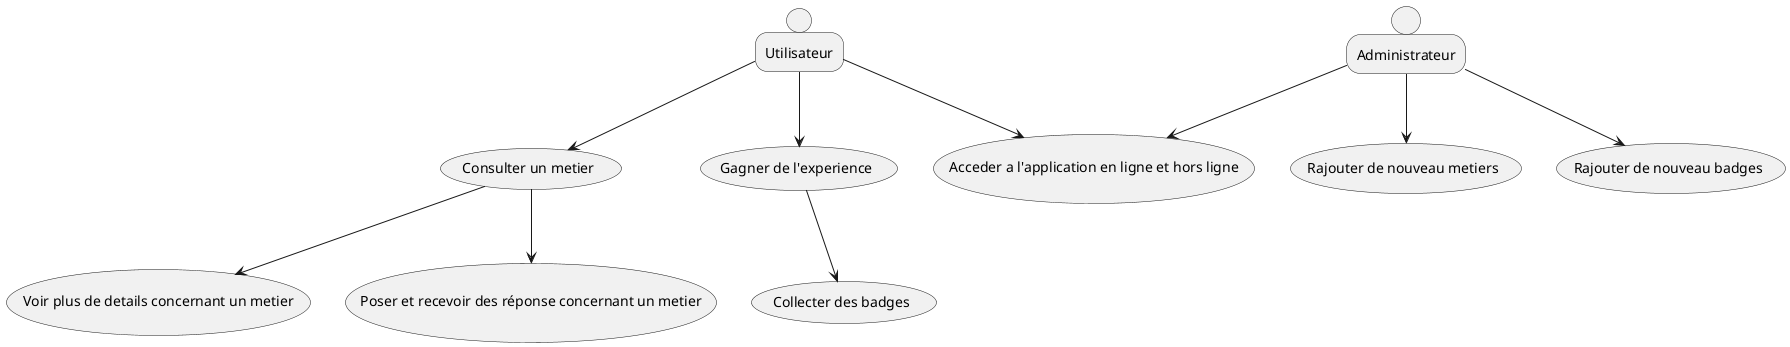
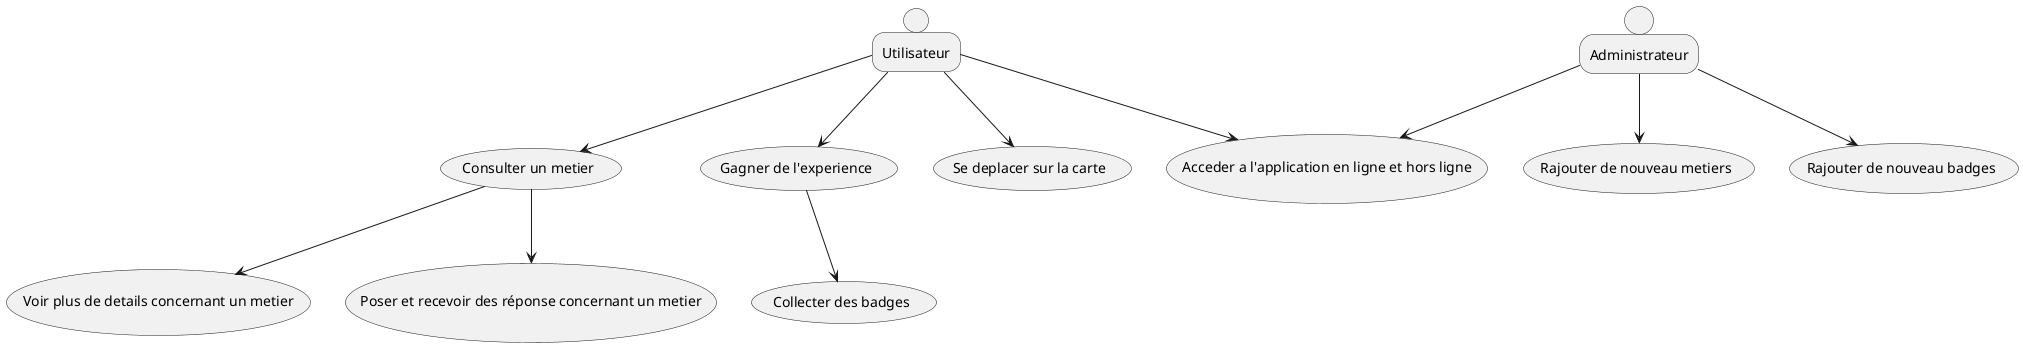
@startuml

person "Utilisateur" as user
person "Administrateur" as admin

usecase "Consulter un metier" as UC_ConsulterMetier
usecase "Gagner de l'experience" as UC_Experience
usecase "Collecter des badges" as UC_Badges
usecase "Voir plus de details concernant un metier" as UC_DetailsMetier
usecase "Poser et recevoir des réponse concernant un metier" as UC_QuestionsMetier
usecase "Rajouter de nouveau metiers" as UC_AddMetier
usecase "Rajouter de nouveau badges" as UC_AddBadges
usecase "Acceder a l'application en ligne et hors ligne" as UC_AccesApplication
+ usecase "Se deplacer sur la carte" as UC_SeDeplacerCarte
+ 

user --> UC_ConsulterMetier
UC_ConsulterMetier --> UC_DetailsMetier
UC_ConsulterMetier --> UC_QuestionsMetier
user --> UC_Experience
UC_Experience --> UC_Badges
+ user --> UC_SeDeplacerCarte

user --> UC_AccesApplication
admin --> UC_AccesApplication
admin --> UC_AddMetier
admin --> UC_AddBadges

@enduml